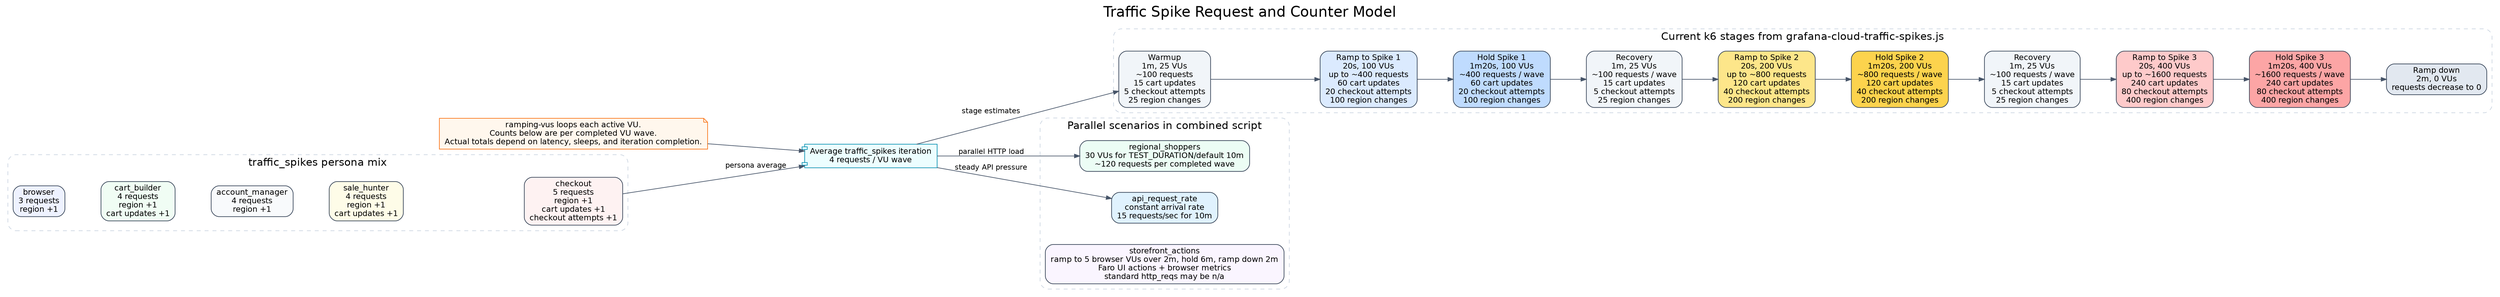
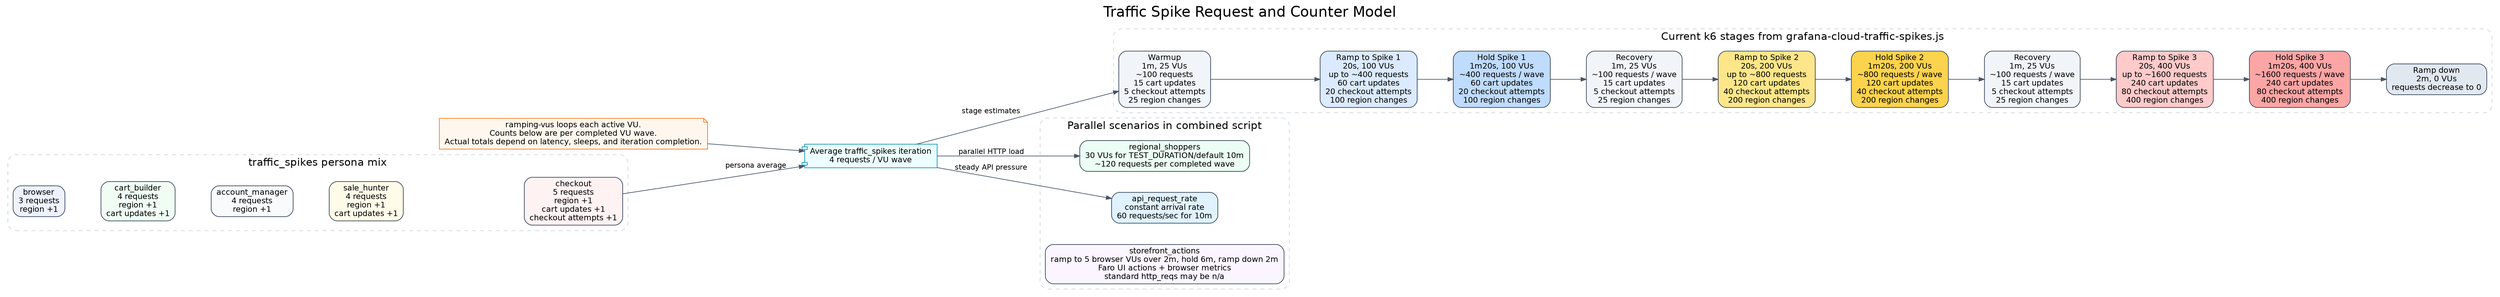
digraph traffic_spike_request_model {
  graph [
    rankdir=LR,
    labelloc=t,
    label="Traffic Spike Request and Counter Model",
    fontsize=22,
    fontname="Helvetica",
    nodesep=0.45,
    ranksep=0.75
  ];

  node [shape=box, style="rounded,filled", fontname="Helvetica", fontsize=12, color="#334155", fillcolor="#f8fafc"];
  edge [color="#475569", arrowsize=0.8, fontname="Helvetica", fontsize=11];

  note [shape=note, fillcolor="#fff7ed", color="#f97316", label="ramping-vus loops each active VU.\nCounts below are per completed VU wave.\nActual totals depend on latency, sleeps, and iteration completion."];
  avg [shape=component, fillcolor="#ecfeff", color="#0891b2", label="Average traffic_spikes iteration\n4 requests / VU wave"];

  subgraph cluster_personas {
    label="traffic_spikes persona mix"; color="#cbd5e1"; style="rounded,dashed"; fontsize=16; fontname="Helvetica";
    browser [label="browser\n3 requests\nregion +1", fillcolor="#eef2ff"];
    cart_builder [label="cart_builder\n4 requests\nregion +1\ncart updates +1", fillcolor="#f0fdf4"];
    account_manager [label="account_manager\n4 requests\nregion +1", fillcolor="#f8fafc"];
    sale_hunter [label="sale_hunter\n4 requests\nregion +1\ncart updates +1", fillcolor="#fefce8"];
    checkout [label="checkout\n5 requests\nregion +1\ncart updates +1\ncheckout attempts +1", fillcolor="#fef2f2"];
    browser -> cart_builder -> account_manager -> sale_hunter -> checkout [style=invis];
  }

  subgraph cluster_stages {
    label="Current k6 stages from grafana-cloud-traffic-spikes.js"; color="#cbd5e1"; style="rounded,dashed"; fontsize=16; fontname="Helvetica";
    warmup [label="Warmup\n1m, 25 VUs\n~100 requests\n15 cart updates\n5 checkout attempts\n25 region changes", fillcolor="#f1f5f9"];
    ramp1 [label="Ramp to Spike 1\n20s, 100 VUs\nup to ~400 requests\n60 cart updates\n20 checkout attempts\n100 region changes", fillcolor="#dbeafe"];
    hold1 [label="Hold Spike 1\n1m20s, 100 VUs\n~400 requests / wave\n60 cart updates\n20 checkout attempts\n100 region changes", fillcolor="#bfdbfe"];
    recovery1 [label="Recovery\n1m, 25 VUs\n~100 requests / wave\n15 cart updates\n5 checkout attempts\n25 region changes", fillcolor="#f1f5f9"];
    ramp2 [label="Ramp to Spike 2\n20s, 200 VUs\nup to ~800 requests\n120 cart updates\n40 checkout attempts\n200 region changes", fillcolor="#fde68a"];
    hold2 [label="Hold Spike 2\n1m20s, 200 VUs\n~800 requests / wave\n120 cart updates\n40 checkout attempts\n200 region changes", fillcolor="#fcd34d"];
    recovery2 [label="Recovery\n1m, 25 VUs\n~100 requests / wave\n15 cart updates\n5 checkout attempts\n25 region changes", fillcolor="#f1f5f9"];
    ramp3 [label="Ramp to Spike 3\n20s, 400 VUs\nup to ~1600 requests\n240 cart updates\n80 checkout attempts\n400 region changes", fillcolor="#fecaca"];
    hold3 [label="Hold Spike 3\n1m20s, 400 VUs\n~1600 requests / wave\n240 cart updates\n80 checkout attempts\n400 region changes", fillcolor="#fca5a5"];
    rampdown [label="Ramp down\n2m, 0 VUs\nrequests decrease to 0", fillcolor="#e2e8f0"];
    warmup -> ramp1 -> hold1 -> recovery1 -> ramp2 -> hold2 -> recovery2 -> ramp3 -> hold3 -> rampdown;
  }

  subgraph cluster_parallel {
    label="Parallel scenarios in combined script"; color="#cbd5e1"; style="rounded,dashed"; fontsize=16; fontname="Helvetica";
    regional [label="regional_shoppers\n30 VUs for TEST_DURATION/default 10m\n~120 requests per completed wave", fillcolor="#ecfdf5"];
-     api_rate [label="api_request_rate\nconstant arrival rate\n15 requests/sec for 10m", fillcolor="#e0f2fe"];
+     api_rate [label="api_request_rate\nconstant arrival rate\n60 requests/sec for 10m", fillcolor="#e0f2fe"];
    storefront [label="storefront_actions\nramp to 5 browser VUs over 2m, hold 6m, ramp down 2m\nFaro UI actions + browser metrics\nstandard http_reqs may be n/a", fillcolor="#faf5ff"];
  }

  note -> avg;
  avg -> warmup [label="stage estimates"];
  avg -> regional [label="parallel HTTP load"];
  avg -> api_rate [label="steady API pressure"];
  checkout -> avg [label="persona average"];
}
